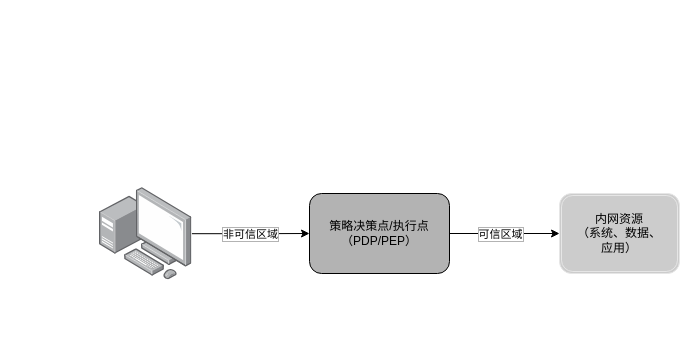
This is testDirectory/零信任架构.drawio from Moose1273/-, a draw.io file, before an edit. Source tidied: cells renumbered, new cells numbered last; positions are measured from the earlier drawing's top-left corner, leaving out a move shared by most shapes. Both pictures are drawn from the tidied source at 100%, with x=0, y=0 at pixel (99, 187).
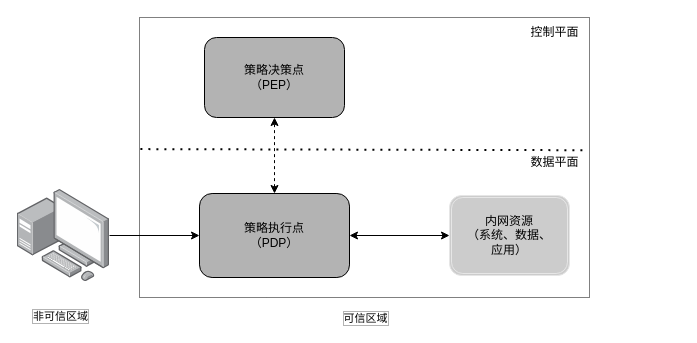
The same page after the edit.

Commit message (it also covers changes not shown here):
更新零信任架构.drawio

What changed in the source:
```diff
@@
 <mxGraphModel>
   <root>
     <mxCell id="0" />
     <mxCell id="1" parent="0" />
-    <mxCell id="2" style="edgeStyle=orthogonalEdgeStyle;rounded=0;jettySize=auto;html=1;" parent="1" edge="1" source="4" target="6">
-      <mxGeometry relative="1" as="geometry" />
-    </mxCell>
-    <mxCell id="3" value="非可信区域" style="edgeLabel;html=1;align=center;verticalAlign=middle;labelBorderColor=#B3B3B3;" parent="2" vertex="1">
-      <mxGeometry x="-0.29" relative="1" as="geometry">
-        <mxPoint x="16" as="offset" />
-      </mxGeometry>
-    </mxCell>
+    <mxCell id="9" style="rounded=0;whiteSpace=wrap;html=1;dashed=1;dashPattern=1 1;" parent="1" vertex="1">
+      <mxGeometry x="40" y="-170" width="450" height="280" as="geometry" />
+    </mxCell>
+    <mxCell id="10" style="edgeStyle=orthogonalEdgeStyle;rounded=0;jettySize=auto;html=1;entryX=0;entryY=0.5;entryDx=0;entryDy=0;" parent="1" edge="1" source="4" target="11">
+      <mxGeometry relative="1" as="geometry" />
+    </mxCell>
     <mxCell id="4" style="image;points=[];html=1;align=center;shadow=0;dashed=0;image=img/lib/allied_telesis/computer_and_terminals/Personal_Computer_with_Server.svg;" parent="1" vertex="1">
-      <mxGeometry width="92.4" height="92.4" as="geometry" />
+      <mxGeometry x="-82.4" y="1.8" width="92.4" height="92.4" as="geometry" />
     </mxCell>
-    <mxCell id="5" style="edgeStyle=orthogonalEdgeStyle;rounded=0;jettySize=auto;html=1;" parent="1" edge="1" source="6" target="7">
-      <mxGeometry relative="1" as="geometry" />
-    </mxCell>
-    <mxCell id="6" value="策略决策点/执行点&lt;div&gt;（PDP/PEP）&lt;/div&gt;" style="rounded=1;whiteSpace=wrap;html=1;fillColor=#B3B3B3;" parent="1" vertex="1">
-      <mxGeometry x="210" y="6" width="140" height="80" as="geometry" />
+    <mxCell id="6" value="策略决策点&lt;div&gt;（PEP）&lt;/div&gt;" style="rounded=1;whiteSpace=wrap;html=1;fillColor=#B3B3B3;" parent="1" vertex="1">
+      <mxGeometry x="105" y="-150" width="140" height="80" as="geometry" />
     </mxCell>
     <mxCell id="7" value="内网资源&lt;div&gt;（系统、数据、&lt;/div&gt;&lt;div&gt;应用）&lt;/div&gt;" style="shape=ext;double=1;rounded=1;whiteSpace=wrap;html=1;strokeColor=#E6E6E6;fillColor=#CCCCCC;" parent="1" vertex="1">
-      <mxGeometry x="460" y="6" width="120" height="80" as="geometry" />
+      <mxGeometry x="350" y="8" width="120" height="80" as="geometry" />
     </mxCell>
     <mxCell id="8" value="可信区域" style="edgeLabel;html=1;align=center;verticalAlign=middle;labelBorderColor=#B3B3B3;" parent="1" vertex="1">
-      <mxGeometry x="400" y="46" as="geometry" />
+      <mxGeometry x="265" y="130" as="geometry" />
     </mxCell>
+    <mxCell id="11" value="策略执行点&lt;div&gt;（PDP）&lt;/div&gt;" style="rounded=1;whiteSpace=wrap;html=1;fillColor=#B3B3B3;" parent="1" vertex="1">
+      <mxGeometry x="100" y="6" width="150" height="84" as="geometry" />
+    </mxCell>
+    <mxCell id="3" value="非可信区域" style="edgeLabel;html=1;align=center;verticalAlign=middle;labelBorderColor=#B3B3B3;" parent="1" vertex="1">
+      <mxGeometry x="280" y="120" as="geometry">
+        <mxPoint x="-320" y="8" as="offset" />
+      </mxGeometry>
+    </mxCell>
+    <mxCell id="12" style="endArrow=none;dashed=1;html=1;dashPattern=1 3;strokeWidth=2;rounded=0;exitX=0.002;exitY=0.47;exitDx=0;exitDy=0;exitPerimeter=0;entryX=0.997;entryY=0.474;entryDx=0;entryDy=0;entryPerimeter=0;" parent="1" edge="1" source="9" target="9">
+      <mxGeometry relative="1" as="geometry" />
+    </mxCell>
+    <mxCell id="13" value="控制平面" style="text;html=1;align=center;verticalAlign=middle;strokeColor=none;fillColor=none;" parent="1" vertex="1">
+      <mxGeometry x="420" y="-170" width="70" height="30" as="geometry" />
+    </mxCell>
+    <mxCell id="14" value="数据平面" style="text;html=1;align=center;verticalAlign=middle;strokeColor=none;fillColor=none;" parent="1" vertex="1">
+      <mxGeometry x="420" y="-40" width="70" height="30" as="geometry" />
+    </mxCell>
+    <mxCell id="15" style="endArrow=classic;startArrow=classic;html=1;rounded=0;entryX=0.5;entryY=1;entryDx=0;entryDy=0;dashed=1;" parent="1" edge="1" source="11" target="6">
+      <mxGeometry relative="1" as="geometry" />
+    </mxCell>
+    <mxCell id="16" style="endArrow=classic;startArrow=classic;html=1;rounded=0;entryX=0;entryY=0.5;entryDx=0;entryDy=0;" parent="1" edge="1" source="11" target="7">
+      <mxGeometry relative="1" as="geometry" />
+    </mxCell>
   </root>
 </mxGraphModel>
```
